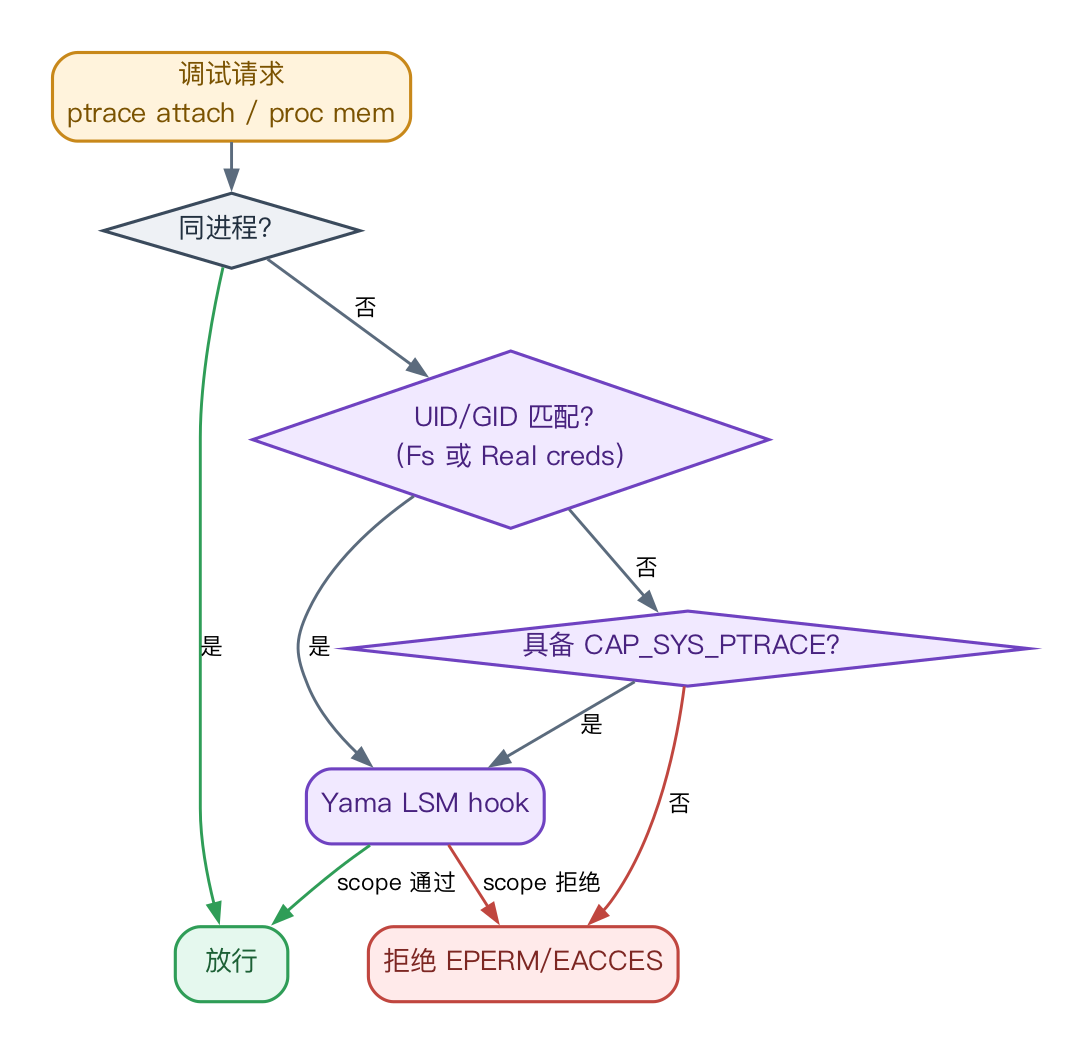
This is research_practice/assets/10_security_model.png from vvvvsv/asterinas, a Graphviz export, as it was before one commit. Its source is kept beside it as research_practice/assets/10_security_model.dot.
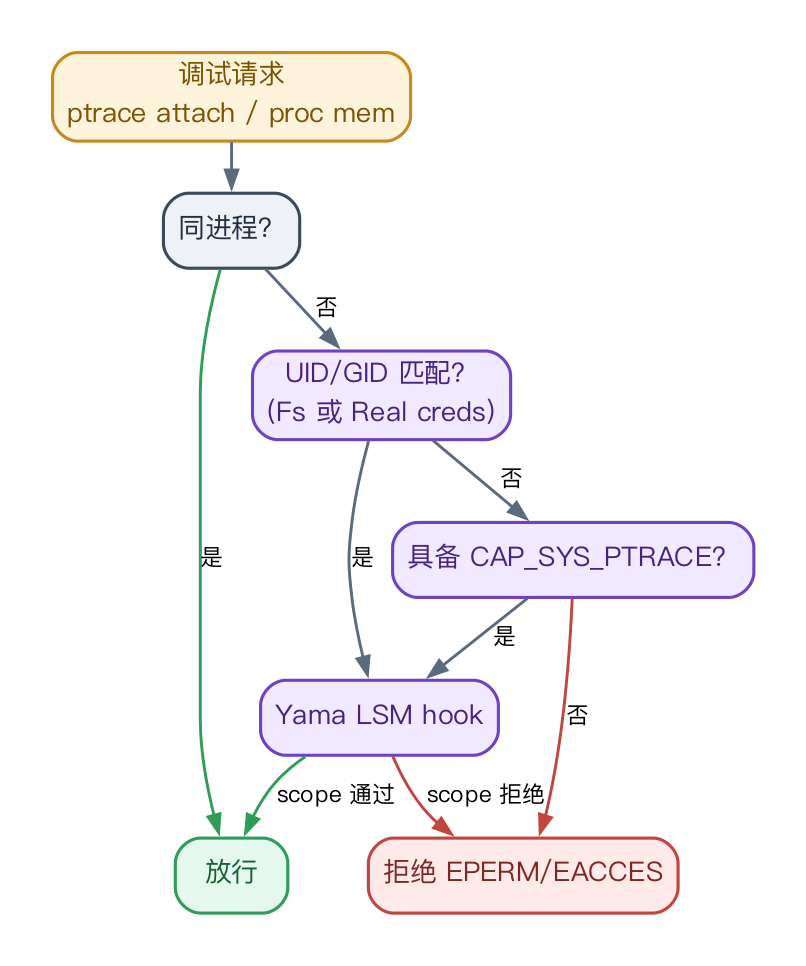
After the change.

Change to the diagram source:
```diff
@@ -5,9 +5,9 @@
   edge  [fontname="PingFang SC", color="#5b6b7d", penwidth=1.4, arrowsize=0.85, fontsize=11];
   node [margin="0.1,0.035"];
   req [label="调试请求\nptrace attach / proc mem", fillcolor="#FFF3DC", color="#C8881A", fontcolor="#7a5200"];
-  same [label="同进程？", fillcolor="#EEF1F5", color="#3a4a5c", fontcolor="#22303f", shape="diamond", style="filled"];
-  ugid [label="UID/GID 匹配？\n(Fs 或 Real creds)", fillcolor="#F1E9FF", color="#6F42C1", fontcolor="#48227f", shape="diamond", style="filled"];
-  cap [label="具备 CAP_SYS_PTRACE？", fillcolor="#F1E9FF", color="#6F42C1", fontcolor="#48227f", shape="diamond", style="filled"];
+  same [label="同进程？", fillcolor="#EEF1F5", color="#3a4a5c", fontcolor="#22303f"];
+  ugid [label="UID/GID 匹配？\n(Fs 或 Real creds)", fillcolor="#F1E9FF", color="#6F42C1", fontcolor="#48227f"];
+  cap [label="具备 CAP_SYS_PTRACE？", fillcolor="#F1E9FF", color="#6F42C1", fontcolor="#48227f"];
   yama [label="Yama LSM hook", fillcolor="#F1E9FF", color="#6F42C1", fontcolor="#48227f"];
   allow [label="放行", fillcolor="#E5F8EE", color="#2F9D57", fontcolor="#1c6035"];
   deny [label="拒绝 EPERM/EACCES", fillcolor="#FFEAEA", color="#C0463F", fontcolor="#7d2723"];
```
